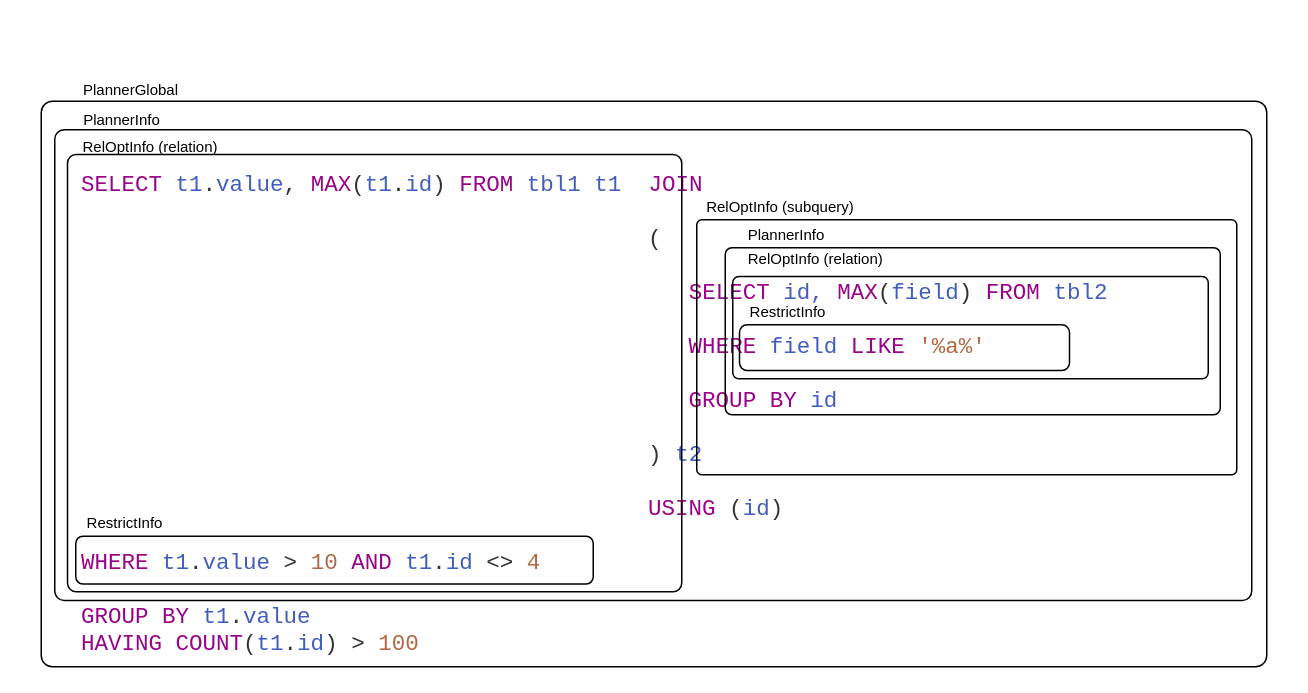
This is PGBootcamp2024/debugging-postgres-planner/img/planner-query-correlation.drawio from ashenBlade/tantor-pg-meetups, a draw.io file, before an edit. Source tidied: cells renumbered, new cells numbered last; positions are measured from the earlier drawing's top-left corner, leaving out a move shared by most shapes. Both pictures are drawn from the tidied source at 150%, with x=0, y=0 at pixel (40, 66).
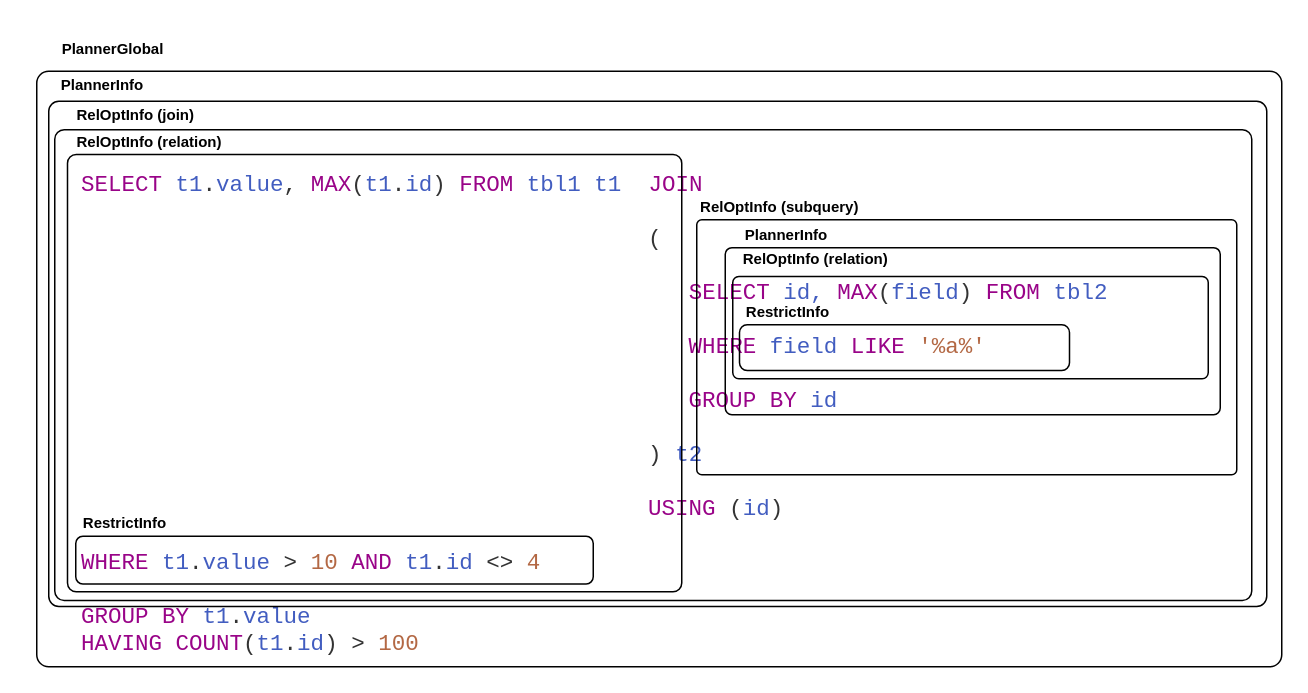
After the change.

Change to the diagram source:
```diff
@@
     <mxCell id="2" style="rounded=1;whiteSpace=wrap;html=1;fillColor=none;align=left;verticalAlign=top;arcSize=2;" parent="1" vertex="1">
-      <mxGeometry y="23" width="817" height="377" as="geometry" />
+      <mxGeometry x="-3" y="3" width="830" height="397" as="geometry" />
     </mxCell>
@@
-    <mxCell id="5" value="RestrictInfo" style="text;html=1;align=center;verticalAlign=middle;whiteSpace=wrap;rounded=0;fontSize=10;" parent="1" vertex="1">
+    <mxCell id="5" value="RestrictInfo" style="text;html=1;align=center;verticalAlign=middle;whiteSpace=wrap;rounded=0;fontSize=10;fontStyle=1;" parent="1" vertex="1">
       <mxGeometry x="447" y="148.2" width="102" height="30" as="geometry" />
     </mxCell>
@@
-    <mxCell id="9" value="RelOptInfo (relation)" style="text;html=1;align=center;verticalAlign=middle;whiteSpace=wrap;rounded=0;fontSize=10;" parent="1" vertex="1">
+    <mxCell id="9" value="RelOptInfo (relation)" style="text;html=1;align=center;verticalAlign=middle;whiteSpace=wrap;rounded=0;fontSize=10;fontStyle=1;" parent="1" vertex="1">
       <mxGeometry x="467" y="112.8" width="99" height="30" as="geometry" />
     </mxCell>
@@
-    <mxCell id="11" value="PlannerInfo" style="text;html=1;align=center;verticalAlign=middle;whiteSpace=wrap;rounded=0;fontSize=10;" parent="1" vertex="1">
+    <mxCell id="11" value="PlannerInfo" style="text;html=1;align=center;verticalAlign=middle;whiteSpace=wrap;rounded=0;fontSize=10;fontStyle=1;" parent="1" vertex="1">
       <mxGeometry x="446" y="97" width="102" height="30" as="geometry" />
     </mxCell>
-    <mxCell id="12" value="RelOptInfo (subquery)" style="text;html=1;align=center;verticalAlign=middle;whiteSpace=wrap;rounded=0;fontSize=10;" parent="1" vertex="1">
-      <mxGeometry x="441.5" y="78" width="102" height="30" as="geometry" />
+    <mxCell id="12" value="RelOptInfo (subquery)" style="text;html=1;align=center;verticalAlign=middle;whiteSpace=wrap;rounded=0;fontSize=10;fontStyle=1;" parent="1" vertex="1">
+      <mxGeometry x="428" y="78" width="129" height="30" as="geometry" />
     </mxCell>
@@
-    <mxCell id="14" value="RelOptInfo (relation)" style="text;html=1;align=center;verticalAlign=middle;whiteSpace=wrap;rounded=0;fontSize=10;" parent="1" vertex="1">
-      <mxGeometry x="21.5" y="38" width="102" height="30" as="geometry" />
+    <mxCell id="14" value="RelOptInfo (relation)" style="text;html=1;align=left;verticalAlign=middle;whiteSpace=wrap;rounded=0;fontSize=10;fontStyle=1;" parent="1" vertex="1">
+      <mxGeometry x="21.5" y="35" width="102" height="30" as="geometry" />
     </mxCell>
-    <mxCell id="15" value="PlannerInfo" style="text;html=1;align=center;verticalAlign=middle;whiteSpace=wrap;rounded=0;fontSize=10;" parent="1" vertex="1">
-      <mxGeometry x="3" y="20" width="102" height="30" as="geometry" />
+    <mxCell id="15" value="PlannerInfo" style="text;html=1;align=center;verticalAlign=middle;whiteSpace=wrap;rounded=0;fontSize=10;fontStyle=1;" parent="1" vertex="1">
+      <mxGeometry x="-10" y="-3" width="102" height="30" as="geometry" />
     </mxCell>
-    <mxCell id="16" value="PlannerGlobal" style="text;html=1;align=center;verticalAlign=middle;whiteSpace=wrap;rounded=0;fontSize=10;" parent="1" vertex="1">
-      <mxGeometry x="9" width="102" height="30" as="geometry" />
+    <mxCell id="16" value="PlannerGlobal" style="text;html=1;align=center;verticalAlign=middle;whiteSpace=wrap;rounded=0;fontSize=10;fontStyle=1;" parent="1" vertex="1">
+      <mxGeometry x="-3" y="-27" width="102" height="30" as="geometry" />
     </mxCell>
@@
-    <mxCell id="18" value="RestrictInfo" style="text;html=1;align=center;verticalAlign=middle;whiteSpace=wrap;rounded=0;fontSize=10;" parent="1" vertex="1">
+    <mxCell id="18" value="RestrictInfo" style="text;html=1;align=center;verticalAlign=middle;whiteSpace=wrap;rounded=0;fontSize=10;fontStyle=1;" parent="1" vertex="1">
       <mxGeometry x="5" y="289" width="102" height="30" as="geometry" />
     </mxCell>
+    <mxCell id="19" style="rounded=1;whiteSpace=wrap;html=1;fillColor=none;align=left;verticalAlign=top;arcSize=2;" parent="1" vertex="1">
+      <mxGeometry x="5" y="23" width="812" height="336.8" as="geometry" />
+    </mxCell>
+    <mxCell id="20" value="RelOptInfo (join)" style="text;html=1;align=left;verticalAlign=middle;whiteSpace=wrap;rounded=0;fontSize=10;fontStyle=1;" parent="1" vertex="1">
+      <mxGeometry x="21.5" y="17" width="102" height="30" as="geometry" />
+    </mxCell>
```
